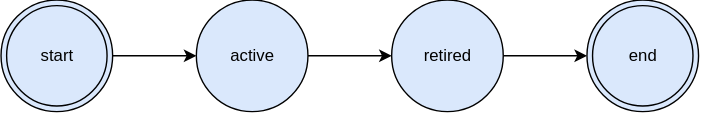
Netbeheer-Nederland/data-products keeps this draw.io diagram as docs/assets/images/architecture/life-cycle-model.drawio.svg. Above is the earlier version. Source tidied: cells renumbered, new cells last; positions are measured from the earlier drawing's top-left corner, leaving out a move shared by most shapes. The source it was exported from:
```xml
<mxGraphModel>
  <root>
    <mxCell id="0" />
    <mxCell id="1" parent="0" />
    <mxCell id="2" style="edgeStyle=orthogonalEdgeStyle;rounded=0;jettySize=auto;html=1;fillColor=#dae8fc;strokeColor=#000000;" parent="1" edge="1" source="3" target="6">
      <mxGeometry relative="1" as="geometry" />
    </mxCell>
    <mxCell id="3" value="start" style="ellipse;shape=doubleEllipse;whiteSpace=wrap;html=1;fillColor=#dae8fc;strokeColor=#000000;" parent="1" vertex="1">
      <mxGeometry width="80" height="80" as="geometry" />
    </mxCell>
    <mxCell id="4" value="end" style="ellipse;shape=doubleEllipse;whiteSpace=wrap;html=1;fillColor=#dae8fc;strokeColor=#000000;" parent="1" vertex="1">
      <mxGeometry x="420" width="80" height="80" as="geometry" />
    </mxCell>
    <mxCell id="5" style="edgeStyle=orthogonalEdgeStyle;rounded=0;jettySize=auto;html=1;fillColor=#dae8fc;strokeColor=#000000;" parent="1" edge="1" source="6" target="8">
      <mxGeometry relative="1" as="geometry" />
    </mxCell>
    <mxCell id="6" value="active" style="ellipse;whiteSpace=wrap;html=1;fillColor=#dae8fc;strokeColor=#000000;" parent="1" vertex="1">
      <mxGeometry x="140" width="80" height="80" as="geometry" />
    </mxCell>
    <mxCell id="7" style="edgeStyle=orthogonalEdgeStyle;rounded=0;jettySize=auto;html=1;fillColor=#dae8fc;strokeColor=#000000;" parent="1" edge="1" source="8" target="4">
      <mxGeometry relative="1" as="geometry" />
    </mxCell>
    <mxCell id="8" value="retired" style="ellipse;whiteSpace=wrap;html=1;fillColor=#dae8fc;strokeColor=#000000;" parent="1" vertex="1">
      <mxGeometry x="280" width="80" height="80" as="geometry" />
    </mxCell>
  </root>
</mxGraphModel>
```
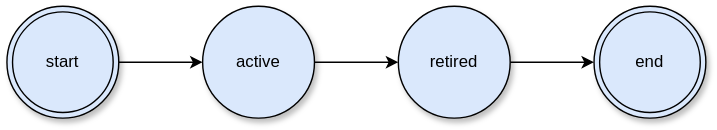
After the commit.

What changed in the source:
```diff
@@ -2,25 +2,25 @@
   <root>
     <mxCell id="0" />
     <mxCell id="1" parent="0" />
-    <mxCell id="2" style="edgeStyle=orthogonalEdgeStyle;rounded=0;jettySize=auto;html=1;fillColor=#dae8fc;strokeColor=#000000;" parent="1" edge="1" source="3" target="6">
+    <mxCell id="2" style="edgeStyle=orthogonalEdgeStyle;rounded=0;jettySize=auto;html=1;fillColor=#dae8fc;strokeColor=#000000;shadow=0;" parent="1" edge="1" source="3" target="6">
       <mxGeometry relative="1" as="geometry" />
     </mxCell>
-    <mxCell id="3" value="start" style="ellipse;shape=doubleEllipse;whiteSpace=wrap;html=1;fillColor=#dae8fc;strokeColor=#000000;" parent="1" vertex="1">
+    <mxCell id="3" value="start" style="ellipse;shape=doubleEllipse;whiteSpace=wrap;html=1;fillColor=#dae8fc;strokeColor=#000000;shadow=1;" parent="1" vertex="1">
       <mxGeometry width="80" height="80" as="geometry" />
     </mxCell>
-    <mxCell id="4" value="end" style="ellipse;shape=doubleEllipse;whiteSpace=wrap;html=1;fillColor=#dae8fc;strokeColor=#000000;" parent="1" vertex="1">
+    <mxCell id="4" value="end" style="ellipse;shape=doubleEllipse;whiteSpace=wrap;html=1;fillColor=#dae8fc;strokeColor=#000000;shadow=1;" parent="1" vertex="1">
       <mxGeometry x="420" width="80" height="80" as="geometry" />
     </mxCell>
-    <mxCell id="5" style="edgeStyle=orthogonalEdgeStyle;rounded=0;jettySize=auto;html=1;fillColor=#dae8fc;strokeColor=#000000;" parent="1" edge="1" source="6" target="8">
+    <mxCell id="5" style="edgeStyle=orthogonalEdgeStyle;rounded=0;jettySize=auto;html=1;fillColor=#dae8fc;strokeColor=#000000;shadow=0;" parent="1" edge="1" source="6" target="8">
       <mxGeometry relative="1" as="geometry" />
     </mxCell>
-    <mxCell id="6" value="active" style="ellipse;whiteSpace=wrap;html=1;fillColor=#dae8fc;strokeColor=#000000;" parent="1" vertex="1">
+    <mxCell id="6" value="active" style="ellipse;whiteSpace=wrap;html=1;fillColor=#dae8fc;strokeColor=#000000;shadow=1;" parent="1" vertex="1">
       <mxGeometry x="140" width="80" height="80" as="geometry" />
     </mxCell>
-    <mxCell id="7" style="edgeStyle=orthogonalEdgeStyle;rounded=0;jettySize=auto;html=1;fillColor=#dae8fc;strokeColor=#000000;" parent="1" edge="1" source="8" target="4">
+    <mxCell id="7" style="edgeStyle=orthogonalEdgeStyle;rounded=0;jettySize=auto;html=1;fillColor=#dae8fc;strokeColor=#000000;shadow=0;" parent="1" edge="1" source="8" target="4">
       <mxGeometry relative="1" as="geometry" />
     </mxCell>
-    <mxCell id="8" value="retired" style="ellipse;whiteSpace=wrap;html=1;fillColor=#dae8fc;strokeColor=#000000;" parent="1" vertex="1">
+    <mxCell id="8" value="retired" style="ellipse;whiteSpace=wrap;html=1;fillColor=#dae8fc;strokeColor=#000000;shadow=1;" parent="1" vertex="1">
       <mxGeometry x="280" width="80" height="80" as="geometry" />
     </mxCell>
   </root>
```
